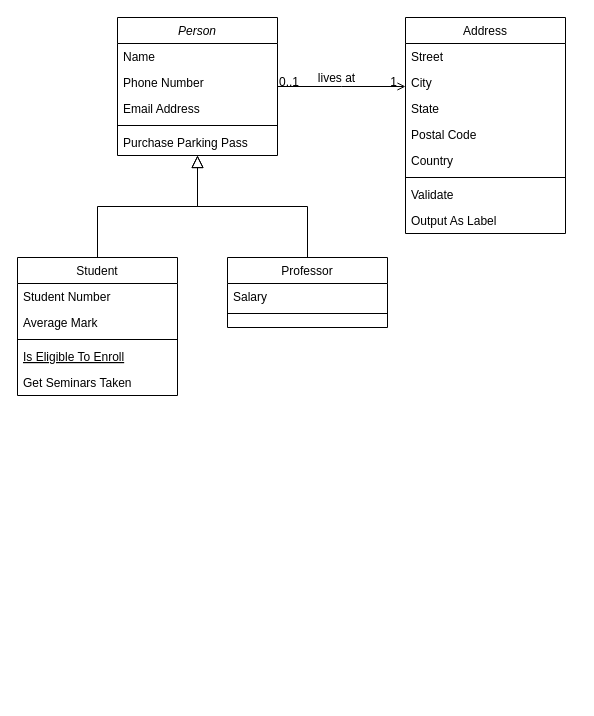
The draw.io diagram Class-Diagram-Perpus-Digital.drawio in muhammadnaufalopet/TeFa, before the edit. Source tidied: cells renumbered, new cells numbered last; positions are measured from the earlier drawing's top-left corner, leaving out a move shared by most shapes. Both pictures are drawn from the tidied source at 100%, with x=0, y=0 at pixel (17, 17).
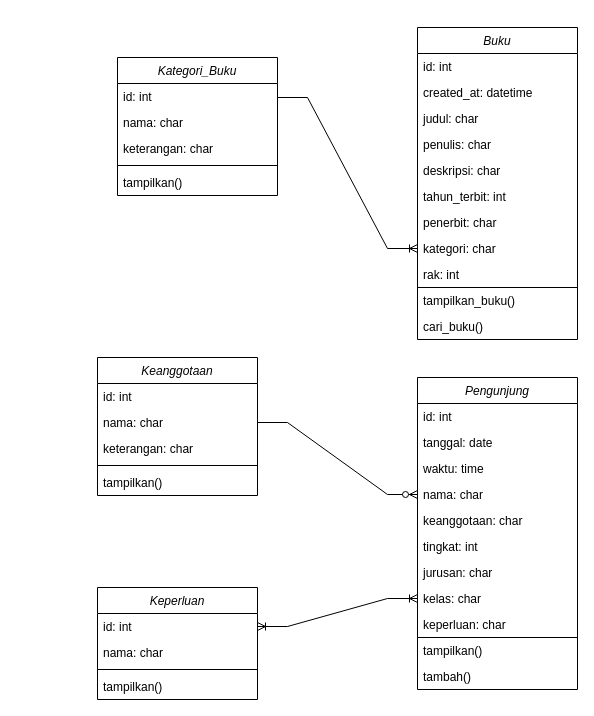
Above is the later version.

The edit, as a diff of the source:
```diff
@@
-    <mxCell id="2" value="Person" style="swimlane;fontStyle=2;align=center;verticalAlign=top;horizontal=1;startSize=26;rounded=0;shadow=0;strokeWidth=1;" parent="1" vertex="1">
-      <mxGeometry x="100" width="160" height="138" as="geometry" />
+    <mxCell id="2" value="Kategori_Buku" style="swimlane;fontStyle=2;align=center;verticalAlign=top;horizontal=1;startSize=26;rounded=0;shadow=0;strokeWidth=1;" parent="1" vertex="1">
+      <mxGeometry x="100" y="40" width="160" height="138" as="geometry" />
     </mxCell>
-    <mxCell id="3" value="Name" style="text;align=left;verticalAlign=top;spacingLeft=4;spacingRight=4;overflow=hidden;" parent="2" vertex="1">
+    <mxCell id="3" value="id: int" style="text;align=left;verticalAlign=top;spacingLeft=4;spacingRight=4;overflow=hidden;" parent="2" vertex="1">
       <mxGeometry y="26" width="160" height="26" as="geometry" />
     </mxCell>
-    <mxCell id="4" value="Phone Number" style="text;align=left;verticalAlign=top;spacingLeft=4;spacingRight=4;overflow=hidden;rounded=0;shadow=0;html=0;" parent="2" vertex="1">
+    <mxCell id="4" value="nama: char" style="text;align=left;verticalAlign=top;spacingLeft=4;spacingRight=4;overflow=hidden;rounded=0;shadow=0;html=0;" parent="2" vertex="1">
       <mxGeometry y="52" width="160" height="26" as="geometry" />
     </mxCell>
-    <mxCell id="5" value="Email Address" style="text;align=left;verticalAlign=top;spacingLeft=4;spacingRight=4;overflow=hidden;rounded=0;shadow=0;html=0;" parent="2" vertex="1">
+    <mxCell id="5" value="keterangan: char " style="text;align=left;verticalAlign=top;spacingLeft=4;spacingRight=4;overflow=hidden;rounded=0;shadow=0;html=0;" parent="2" vertex="1">
       <mxGeometry y="78" width="160" height="26" as="geometry" />
     </mxCell>
@@
-    <mxCell id="7" value="Purchase Parking Pass" style="text;align=left;verticalAlign=top;spacingLeft=4;spacingRight=4;overflow=hidden;" parent="2" vertex="1">
+    <mxCell id="7" value="tampilkan()" style="text;align=left;verticalAlign=top;spacingLeft=4;spacingRight=4;overflow=hidden;" parent="2" vertex="1">
       <mxGeometry y="112" width="160" height="26" as="geometry" />
     </mxCell>
-    <mxCell id="8" value="Student" style="swimlane;fontStyle=0;align=center;verticalAlign=top;horizontal=1;startSize=26;rounded=0;shadow=0;strokeWidth=1;" parent="1" vertex="1">
-      <mxGeometry y="240" width="160" height="138" as="geometry" />
-    </mxCell>
-    <mxCell id="9" value="Student Number" style="text;align=left;verticalAlign=top;spacingLeft=4;spacingRight=4;overflow=hidden;" parent="8" vertex="1">
-      <mxGeometry y="26" width="160" height="26" as="geometry" />
-    </mxCell>
-    <mxCell id="10" value="Average Mark" style="text;align=left;verticalAlign=top;spacingLeft=4;spacingRight=4;overflow=hidden;rounded=0;shadow=0;html=0;" parent="8" vertex="1">
-      <mxGeometry y="52" width="160" height="26" as="geometry" />
-    </mxCell>
-    <mxCell id="11" style="line;html=1;strokeWidth=1;align=left;verticalAlign=middle;spacingTop=-1;spacingLeft=3;spacingRight=3;labelPosition=right;" parent="8" vertex="1">
-      <mxGeometry y="78" width="160" height="8" as="geometry" />
-    </mxCell>
-    <mxCell id="12" value="Is Eligible To Enroll" style="text;align=left;verticalAlign=top;spacingLeft=4;spacingRight=4;overflow=hidden;fontStyle=4;" parent="8" vertex="1">
-      <mxGeometry y="86" width="160" height="26" as="geometry" />
-    </mxCell>
-    <mxCell id="13" value="Get Seminars Taken" style="text;align=left;verticalAlign=top;spacingLeft=4;spacingRight=4;overflow=hidden;" parent="8" vertex="1">
-      <mxGeometry y="112" width="160" height="26" as="geometry" />
-    </mxCell>
-    <mxCell id="14" style="endArrow=block;endSize=10;endFill=0;shadow=0;strokeWidth=1;rounded=0;edgeStyle=elbowEdgeStyle;elbow=vertical;" parent="1" edge="1" source="8" target="2">
-      <mxGeometry relative="1" as="geometry" />
-    </mxCell>
-    <mxCell id="15" value="Professor" style="swimlane;fontStyle=0;align=center;verticalAlign=top;horizontal=1;startSize=26;rounded=0;shadow=0;strokeWidth=1;" parent="1" vertex="1">
-      <mxGeometry x="210" y="240" width="160" height="70" as="geometry" />
-    </mxCell>
-    <mxCell id="16" value="Salary" style="text;align=left;verticalAlign=top;spacingLeft=4;spacingRight=4;overflow=hidden;" parent="15" vertex="1">
-      <mxGeometry y="26" width="160" height="26" as="geometry" />
-    </mxCell>
-    <mxCell id="17" style="line;html=1;strokeWidth=1;align=left;verticalAlign=middle;spacingTop=-1;spacingLeft=3;spacingRight=3;labelPosition=right;" parent="15" vertex="1">
-      <mxGeometry y="52" width="160" height="8" as="geometry" />
-    </mxCell>
-    <mxCell id="18" style="endArrow=block;endSize=10;endFill=0;shadow=0;strokeWidth=1;rounded=0;edgeStyle=elbowEdgeStyle;elbow=vertical;" parent="1" edge="1" source="15" target="2">
-      <mxGeometry relative="1" as="geometry" />
-    </mxCell>
-    <mxCell id="19" value="Address" style="swimlane;fontStyle=0;align=center;verticalAlign=top;horizontal=1;startSize=26;rounded=0;shadow=0;strokeWidth=1;" parent="1" vertex="1">
-      <mxGeometry x="388" width="160" height="216" as="geometry" />
+    <mxCell id="19" value="Buku" style="swimlane;fontStyle=2;align=center;verticalAlign=top;horizontal=1;startSize=26;rounded=0;shadow=0;strokeWidth=1;" parent="1" vertex="1">
+      <mxGeometry x="400" y="10" width="160" height="312" as="geometry" />
     </mxCell>
-    <mxCell id="20" value="Street" style="text;align=left;verticalAlign=top;spacingLeft=4;spacingRight=4;overflow=hidden;" parent="19" vertex="1">
+    <mxCell id="20" value="id: int" style="text;align=left;verticalAlign=top;spacingLeft=4;spacingRight=4;overflow=hidden;" parent="19" vertex="1">
       <mxGeometry y="26" width="160" height="26" as="geometry" />
     </mxCell>
-    <mxCell id="21" value="City" style="text;align=left;verticalAlign=top;spacingLeft=4;spacingRight=4;overflow=hidden;rounded=0;shadow=0;html=0;" parent="19" vertex="1">
+    <mxCell id="21" value="created_at: datetime" style="text;align=left;verticalAlign=top;spacingLeft=4;spacingRight=4;overflow=hidden;rounded=0;shadow=0;html=0;" parent="19" vertex="1">
       <mxGeometry y="52" width="160" height="26" as="geometry" />
     </mxCell>
-    <mxCell id="22" value="State" style="text;align=left;verticalAlign=top;spacingLeft=4;spacingRight=4;overflow=hidden;rounded=0;shadow=0;html=0;" parent="19" vertex="1">
+    <mxCell id="22" value="judul: char" style="text;align=left;verticalAlign=top;spacingLeft=4;spacingRight=4;overflow=hidden;rounded=0;shadow=0;html=0;" parent="19" vertex="1">
       <mxGeometry y="78" width="160" height="26" as="geometry" />
     </mxCell>
-    <mxCell id="23" value="Postal Code" style="text;align=left;verticalAlign=top;spacingLeft=4;spacingRight=4;overflow=hidden;rounded=0;shadow=0;html=0;" parent="19" vertex="1">
+    <mxCell id="23" value="penulis: char" style="text;align=left;verticalAlign=top;spacingLeft=4;spacingRight=4;overflow=hidden;rounded=0;shadow=0;html=0;" parent="19" vertex="1">
       <mxGeometry y="104" width="160" height="26" as="geometry" />
     </mxCell>
-    <mxCell id="24" value="Country" style="text;align=left;verticalAlign=top;spacingLeft=4;spacingRight=4;overflow=hidden;rounded=0;shadow=0;html=0;" parent="19" vertex="1">
+    <mxCell id="24" value="deskripsi: char" style="text;align=left;verticalAlign=top;spacingLeft=4;spacingRight=4;overflow=hidden;rounded=0;shadow=0;html=0;" parent="19" vertex="1">
       <mxGeometry y="130" width="160" height="26" as="geometry" />
     </mxCell>
-    <mxCell id="25" style="line;html=1;strokeWidth=1;align=left;verticalAlign=middle;spacingTop=-1;spacingLeft=3;spacingRight=3;labelPosition=right;" parent="19" vertex="1">
-      <mxGeometry y="156" width="160" height="8" as="geometry" />
-    </mxCell>
-    <mxCell id="26" value="Validate" style="text;align=left;verticalAlign=top;spacingLeft=4;spacingRight=4;overflow=hidden;" parent="19" vertex="1">
-      <mxGeometry y="164" width="160" height="26" as="geometry" />
+    <mxCell id="26" value="tahun_terbit: int" style="text;align=left;verticalAlign=top;spacingLeft=4;spacingRight=4;overflow=hidden;" parent="19" vertex="1">
+      <mxGeometry y="156" width="160" height="26" as="geometry" />
     </mxCell>
-    <mxCell id="27" value="Output As Label" style="text;align=left;verticalAlign=top;spacingLeft=4;spacingRight=4;overflow=hidden;" parent="19" vertex="1">
-      <mxGeometry y="190" width="160" height="26" as="geometry" />
+    <mxCell id="27" value="penerbit: char" style="text;align=left;verticalAlign=top;spacingLeft=4;spacingRight=4;overflow=hidden;" parent="19" vertex="1">
+      <mxGeometry y="182" width="160" height="26" as="geometry" />
     </mxCell>
-    <mxCell id="28" style="endArrow=open;shadow=0;strokeWidth=1;rounded=0;endFill=1;edgeStyle=elbowEdgeStyle;elbow=vertical;" parent="1" edge="1" source="2" target="19">
-      <mxGeometry x="0.5" y="41" relative="1" as="geometry">
-        <mxPoint x="-40" y="32" as="offset" />
-      </mxGeometry>
-    </mxCell>
-    <mxCell id="29" value="0..1" style="align=left;verticalAlign=bottom;labelBackgroundColor=none;fontSize=12;" parent="28" vertex="1">
-      <mxGeometry x="-1" relative="1" as="geometry">
-        <mxPoint y="4" as="offset" />
-      </mxGeometry>
-    </mxCell>
-    <mxCell id="30" value="1" style="align=right;verticalAlign=bottom;labelBackgroundColor=none;fontSize=12;" parent="28" vertex="1">
-      <mxGeometry x="1" relative="1" as="geometry">
-        <mxPoint x="-7" y="4" as="offset" />
-      </mxGeometry>
-    </mxCell>
-    <mxCell id="31" value="lives at" style="text;html=1;align=center;verticalAlign=middle;labelBackgroundColor=none;rounded=0;shadow=0;strokeWidth=1;fontSize=12;" parent="28" vertex="1">
-      <mxGeometry x="0.5" y="49" relative="1" as="geometry">
-        <mxPoint x="-38" y="40" as="offset" />
-      </mxGeometry>
-    </mxCell>
+    <mxCell id="32" value="kategori: char" style="text;align=left;verticalAlign=top;spacingLeft=4;spacingRight=4;overflow=hidden;points=[[0,0.5],[1,0.5]];portConstraint=eastwest;" parent="19" vertex="1">
+      <mxGeometry y="208" width="160" height="26" as="geometry" />
+    </mxCell>
+    <mxCell id="33" value="rak: int" style="text;align=left;verticalAlign=top;spacingLeft=4;spacingRight=4;overflow=hidden;" parent="19" vertex="1">
+      <mxGeometry y="234" width="160" height="26" as="geometry" />
+    </mxCell>
+    <mxCell id="34" style="endArrow=none;html=1;rounded=0;" parent="19" edge="1">
+      <mxGeometry relative="1" as="geometry">
+        <mxPoint y="260" as="sourcePoint" />
+        <mxPoint y="260" as="targetPoint" />
+        <Array as="points">
+          <mxPoint x="160" y="260" />
+        </Array>
+      </mxGeometry>
+    </mxCell>
+    <mxCell id="35" value="tampilkan_buku()" style="text;align=left;verticalAlign=top;spacingLeft=4;spacingRight=4;overflow=hidden;" parent="19" vertex="1">
+      <mxGeometry y="260" width="160" height="26" as="geometry" />
+    </mxCell>
+    <mxCell id="36" value="cari_buku()" style="text;align=left;verticalAlign=top;spacingLeft=4;spacingRight=4;overflow=hidden;" parent="19" vertex="1">
+      <mxGeometry y="286" width="160" height="26" as="geometry" />
+    </mxCell>
+    <mxCell id="37" value="Pengunjung" style="swimlane;fontStyle=2;align=center;verticalAlign=top;horizontal=1;startSize=26;rounded=0;shadow=0;strokeWidth=1;" parent="1" vertex="1">
+      <mxGeometry x="400" y="360" width="160" height="312" as="geometry" />
+    </mxCell>
+    <mxCell id="38" value="id: int" style="text;align=left;verticalAlign=top;spacingLeft=4;spacingRight=4;overflow=hidden;" parent="37" vertex="1">
+      <mxGeometry y="26" width="160" height="26" as="geometry" />
+    </mxCell>
+    <mxCell id="39" value="tanggal: date" style="text;align=left;verticalAlign=top;spacingLeft=4;spacingRight=4;overflow=hidden;rounded=0;shadow=0;html=0;" parent="37" vertex="1">
+      <mxGeometry y="52" width="160" height="26" as="geometry" />
+    </mxCell>
+    <mxCell id="40" value="waktu: time" style="text;align=left;verticalAlign=top;spacingLeft=4;spacingRight=4;overflow=hidden;rounded=0;shadow=0;html=0;" parent="37" vertex="1">
+      <mxGeometry y="78" width="160" height="26" as="geometry" />
+    </mxCell>
+    <mxCell id="41" value="nama: char" style="text;align=left;verticalAlign=top;spacingLeft=4;spacingRight=4;overflow=hidden;points=[[0,0.5],[1,0.5]];portConstraint=eastwest;rounded=0;shadow=0;html=0;" parent="37" vertex="1">
+      <mxGeometry y="104" width="160" height="26" as="geometry" />
+    </mxCell>
+    <mxCell id="42" value="keanggotaan: char" style="text;align=left;verticalAlign=top;spacingLeft=4;spacingRight=4;overflow=hidden;rounded=0;shadow=0;html=0;" parent="37" vertex="1">
+      <mxGeometry y="130" width="160" height="26" as="geometry" />
+    </mxCell>
+    <mxCell id="43" value="tingkat: int" style="text;align=left;verticalAlign=top;spacingLeft=4;spacingRight=4;overflow=hidden;" parent="37" vertex="1">
+      <mxGeometry y="156" width="160" height="26" as="geometry" />
+    </mxCell>
+    <mxCell id="44" value="jurusan: char" style="text;align=left;verticalAlign=top;spacingLeft=4;spacingRight=4;overflow=hidden;" parent="37" vertex="1">
+      <mxGeometry y="182" width="160" height="26" as="geometry" />
+    </mxCell>
+    <mxCell id="45" value="kelas: char" style="text;align=left;verticalAlign=top;spacingLeft=4;spacingRight=4;overflow=hidden;points=[[0,0.5],[1,0.5]];portConstraint=eastwest;" parent="37" vertex="1">
+      <mxGeometry y="208" width="160" height="26" as="geometry" />
+    </mxCell>
+    <mxCell id="46" value="keperluan: char" style="text;align=left;verticalAlign=top;spacingLeft=4;spacingRight=4;overflow=hidden;" parent="37" vertex="1">
+      <mxGeometry y="234" width="160" height="26" as="geometry" />
+    </mxCell>
+    <mxCell id="47" style="endArrow=none;html=1;rounded=0;" parent="37" edge="1">
+      <mxGeometry relative="1" as="geometry">
+        <mxPoint y="260" as="sourcePoint" />
+        <mxPoint y="260" as="targetPoint" />
+        <Array as="points">
+          <mxPoint x="160" y="260" />
+        </Array>
+      </mxGeometry>
+    </mxCell>
+    <mxCell id="48" value="tampilkan()" style="text;align=left;verticalAlign=top;spacingLeft=4;spacingRight=4;overflow=hidden;" parent="37" vertex="1">
+      <mxGeometry y="260" width="160" height="26" as="geometry" />
+    </mxCell>
+    <mxCell id="49" value="tambah()" style="text;align=left;verticalAlign=top;spacingLeft=4;spacingRight=4;overflow=hidden;" parent="37" vertex="1">
+      <mxGeometry y="286" width="160" height="26" as="geometry" />
+    </mxCell>
+    <mxCell id="50" value="Keanggotaan" style="swimlane;fontStyle=2;align=center;verticalAlign=top;horizontal=1;startSize=26;rounded=0;shadow=0;strokeWidth=1;" parent="1" vertex="1">
+      <mxGeometry x="80" y="340" width="160" height="138" as="geometry" />
+    </mxCell>
+    <mxCell id="51" value="id: int" style="text;align=left;verticalAlign=top;spacingLeft=4;spacingRight=4;overflow=hidden;" parent="50" vertex="1">
+      <mxGeometry y="26" width="160" height="26" as="geometry" />
+    </mxCell>
+    <mxCell id="52" value="nama: char" style="text;align=left;verticalAlign=top;spacingLeft=4;spacingRight=4;overflow=hidden;points=[[0,0.5],[1,0.5]];portConstraint=eastwest;rounded=0;shadow=0;html=0;" parent="50" vertex="1">
+      <mxGeometry y="52" width="160" height="26" as="geometry" />
+    </mxCell>
+    <mxCell id="53" value="keterangan: char " style="text;align=left;verticalAlign=top;spacingLeft=4;spacingRight=4;overflow=hidden;rounded=0;shadow=0;html=0;" parent="50" vertex="1">
+      <mxGeometry y="78" width="160" height="26" as="geometry" />
+    </mxCell>
+    <mxCell id="54" style="line;html=1;strokeWidth=1;align=left;verticalAlign=middle;spacingTop=-1;spacingLeft=3;spacingRight=3;labelPosition=right;" parent="50" vertex="1">
+      <mxGeometry y="104" width="160" height="8" as="geometry" />
+    </mxCell>
+    <mxCell id="55" value="tampilkan()" style="text;align=left;verticalAlign=top;spacingLeft=4;spacingRight=4;overflow=hidden;" parent="50" vertex="1">
+      <mxGeometry y="112" width="160" height="26" as="geometry" />
+    </mxCell>
+    <mxCell id="56" value="Keperluan" style="swimlane;fontStyle=2;align=center;verticalAlign=top;horizontal=1;startSize=26;rounded=0;shadow=0;strokeWidth=1;" parent="1" vertex="1">
+      <mxGeometry x="80" y="570" width="160" height="112" as="geometry" />
+    </mxCell>
+    <mxCell id="57" value="id: int" style="text;align=left;verticalAlign=top;spacingLeft=4;spacingRight=4;overflow=hidden;points=[[0,0.5],[1,0.5]];portConstraint=eastwest;" parent="56" vertex="1">
+      <mxGeometry y="26" width="160" height="26" as="geometry" />
+    </mxCell>
+    <mxCell id="58" value="nama: char" style="text;align=left;verticalAlign=top;spacingLeft=4;spacingRight=4;overflow=hidden;rounded=0;shadow=0;html=0;" parent="56" vertex="1">
+      <mxGeometry y="52" width="160" height="26" as="geometry" />
+    </mxCell>
+    <mxCell id="11" style="line;html=1;strokeWidth=1;align=left;verticalAlign=middle;spacingTop=-1;spacingLeft=3;spacingRight=3;labelPosition=right;" parent="56" vertex="1">
+      <mxGeometry y="78" width="160" height="8" as="geometry" />
+    </mxCell>
+    <mxCell id="59" value="tampilkan()" style="text;align=left;verticalAlign=top;spacingLeft=4;spacingRight=4;overflow=hidden;" parent="56" vertex="1">
+      <mxGeometry y="86" width="160" height="26" as="geometry" />
+    </mxCell>
+    <mxCell id="60" style="edgeStyle=entityRelationEdgeStyle;fontSize=12;html=1;endArrow=ERzeroToMany;endFill=1;rounded=0;entryX=0;entryY=0.5;entryDx=0;entryDy=0;exitX=1;exitY=0.5;exitDx=0;exitDy=0;" parent="1" edge="1" source="52" target="41">
+      <mxGeometry relative="1" as="geometry">
+        <Array as="points">
+          <mxPoint x="310" y="470" />
+          <mxPoint x="310" y="470" />
+          <mxPoint x="310" y="460" />
+          <mxPoint x="320" y="450" />
+          <mxPoint x="320" y="460" />
+        </Array>
+      </mxGeometry>
+    </mxCell>
+    <mxCell id="61" style="edgeStyle=entityRelationEdgeStyle;fontSize=12;html=1;endArrow=ERoneToMany;startArrow=ERoneToMany;rounded=0;entryX=0;entryY=0.5;entryDx=0;entryDy=0;exitX=1;exitY=0.5;exitDx=0;exitDy=0;" parent="1" edge="1" source="57" target="45">
+      <mxGeometry relative="1" as="geometry">
+        <Array as="points">
+          <mxPoint x="320" y="620" />
+          <mxPoint x="310" y="620" />
+          <mxPoint x="330" y="620" />
+        </Array>
+      </mxGeometry>
+    </mxCell>
+    <mxCell id="62" style="edgeStyle=entityRelationEdgeStyle;fontSize=12;html=1;endArrow=ERoneToMany;rounded=0;entryX=0;entryY=0.5;entryDx=0;entryDy=0;" parent="1" edge="1" target="32">
+      <mxGeometry relative="1" as="geometry">
+        <mxPoint x="260" y="80" as="sourcePoint" />
+      </mxGeometry>
+    </mxCell>
```
